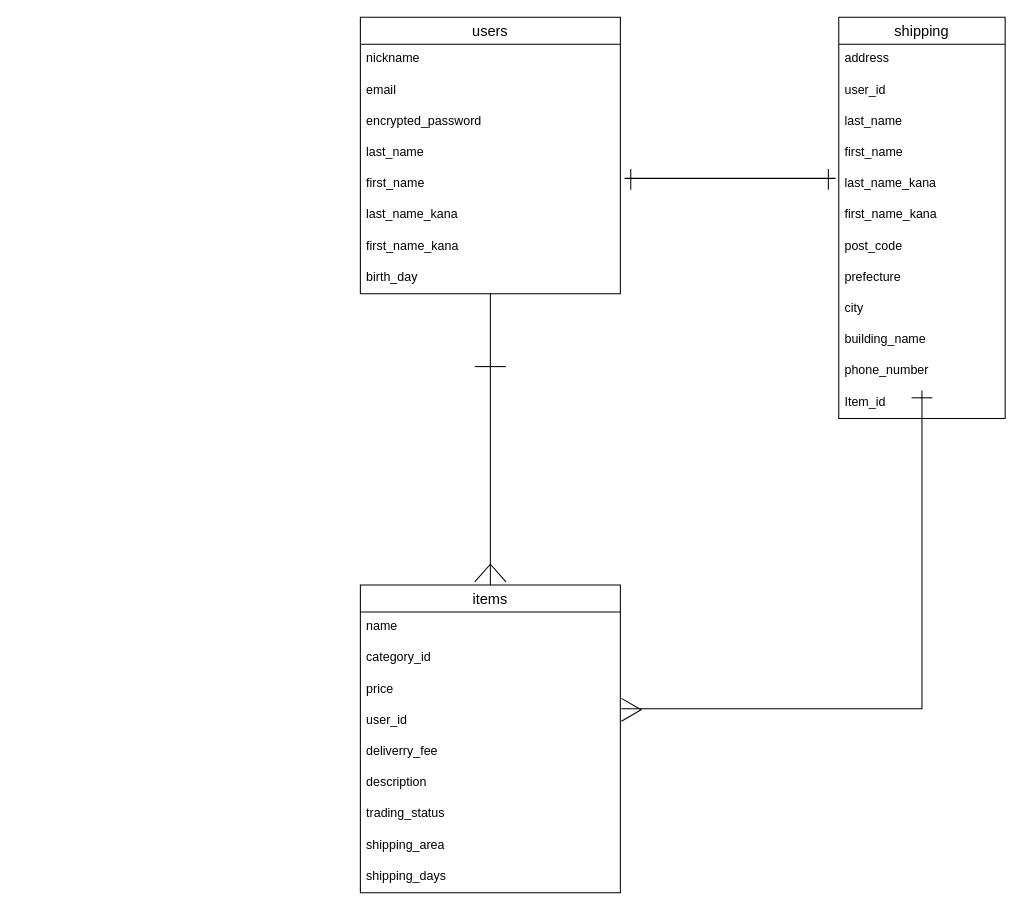
This is Furima.dio from stitch05/furima-31530, a draw.io file, before an edit. Source tidied: cells renumbered, new cells numbered last; positions are measured from the earlier drawing's top-left corner, leaving out a move shared by most shapes. Both pictures are drawn from the tidied source at 104%, with x=0, y=0 at pixel (360, 17).
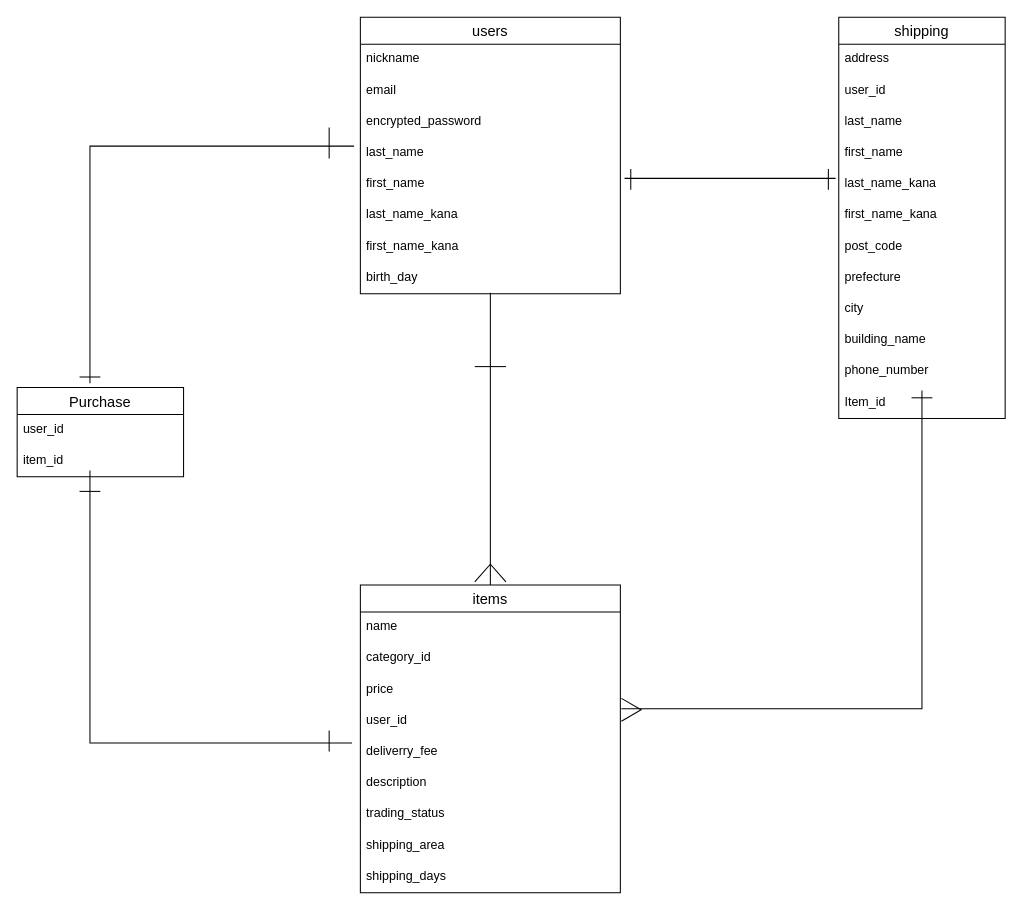
After the change.

The change refers to these unchanged cells:
```xml
<mxCell id="6" value="last_name&#10;" style="text;strokeColor=none;fillColor=none;spacingLeft=4;spacingRight=4;overflow=hidden;points=[[0,0.5],[1,0.5]];portConstraint=eastwest;fontSize=12;" parent="2" vertex="1">
  <mxGeometry y="116" width="250" height="30" as="geometry" />
</mxCell>
<mxCell id="16" value="deliverry_fee" style="text;strokeColor=none;fillColor=none;spacingLeft=4;spacingRight=4;overflow=hidden;points=[[0,0.5],[1,0.5]];portConstraint=eastwest;fontSize=12;" parent="11" vertex="1">
  <mxGeometry y="146" width="250" height="30" as="geometry" />
</mxCell>
```

Diff of the diagram source:
```diff
@@
+    <mxCell id="43" value="Purchase" style="swimlane;fontStyle=0;horizontal=1;startSize=26;align=center;fontSize=14;" parent="1" vertex="1">
+      <mxGeometry x="-330" y="356" width="160" height="86" as="geometry" />
+    </mxCell>
+    <mxCell id="44" value="user_id" style="text;strokeColor=none;fillColor=none;spacingLeft=4;spacingRight=4;overflow=hidden;fontSize=12;" parent="43" vertex="1">
+      <mxGeometry y="26" width="160" height="30" as="geometry" />
+    </mxCell>
+    <mxCell id="45" value="item_id&#10;" style="text;strokeColor=none;fillColor=none;spacingLeft=4;spacingRight=4;overflow=hidden;fontSize=12;" parent="43" vertex="1">
+      <mxGeometry y="56" width="160" height="30" as="geometry" />
+    </mxCell>
+    <mxCell id="46" style="endArrow=none;html=1;rounded=0;" parent="43" edge="1">
+      <mxGeometry relative="1" as="geometry">
+        <mxPoint x="60" y="100" as="sourcePoint" />
+        <mxPoint x="80" y="100" as="targetPoint" />
+        <Array as="points">
+          <mxPoint x="70" y="100" />
+        </Array>
+      </mxGeometry>
+    </mxCell>
+    <mxCell id="47" style="endArrow=none;html=1;rounded=0;entryX=-0.024;entryY=0.267;entryDx=0;entryDy=0;entryPerimeter=0;" parent="1" edge="1" target="6">
+      <mxGeometry relative="1" as="geometry">
+        <mxPoint x="-260" y="352" as="sourcePoint" />
+        <Array as="points">
+          <mxPoint x="-260" y="124" />
+        </Array>
+      </mxGeometry>
+    </mxCell>
+    <mxCell id="48" style="endArrow=none;html=1;rounded=0;entryX=-0.032;entryY=0.2;entryDx=0;entryDy=0;entryPerimeter=0;" parent="1" edge="1" target="16">
+      <mxGeometry relative="1" as="geometry">
+        <mxPoint x="-260" y="436" as="sourcePoint" />
+        <Array as="points">
+          <mxPoint x="-260" y="698" />
+        </Array>
+      </mxGeometry>
+    </mxCell>
+    <mxCell id="49" style="endArrow=none;html=1;rounded=0;" parent="1" edge="1">
+      <mxGeometry relative="1" as="geometry">
+        <mxPoint x="-30" y="106" as="sourcePoint" />
+        <mxPoint x="-30" y="136" as="targetPoint" />
+      </mxGeometry>
+    </mxCell>
+    <mxCell id="50" style="endArrow=none;html=1;rounded=0;" parent="1" edge="1">
+      <mxGeometry relative="1" as="geometry">
+        <mxPoint x="-30" y="706" as="sourcePoint" />
+        <mxPoint x="-30" y="686" as="targetPoint" />
+      </mxGeometry>
+    </mxCell>
+    <mxCell id="51" style="endArrow=none;html=1;rounded=0;" parent="1" edge="1">
+      <mxGeometry relative="1" as="geometry">
+        <mxPoint x="-270" y="346" as="sourcePoint" />
+        <mxPoint x="-250" y="346" as="targetPoint" />
+      </mxGeometry>
+    </mxCell>
```
